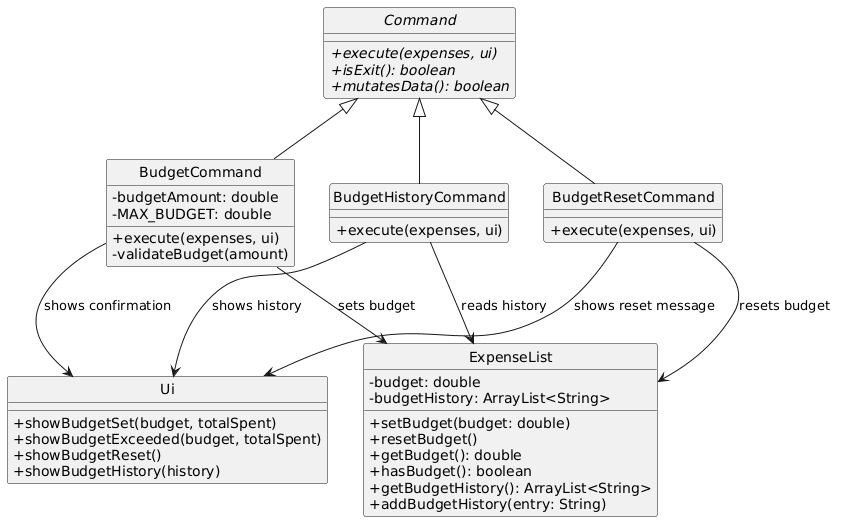
Earlier version of the PlantUML export docs/images/BudgetClassDiagram.png (AbhijitBalajee/tp). Its diagram source:
```plantuml
@startuml
skinparam classAttributeIconSize 0
hide circle

abstract class Command {
    + execute(expenses, ui) {abstract}
    + isExit(): boolean {abstract}
    + mutatesData(): boolean {abstract}
}

class BudgetCommand {
    - budgetAmount: double
    - MAX_BUDGET: double
    + execute(expenses, ui)
    - validateBudget(amount)
}

class BudgetResetCommand {
    + execute(expenses, ui)
}

class BudgetHistoryCommand {
    + execute(expenses, ui)
}

class ExpenseList {
    - budget: double
    - budgetHistory: ArrayList<String>
    + setBudget(budget: double)
    + resetBudget()
    + getBudget(): double
    + hasBudget(): boolean
    + getBudgetHistory(): ArrayList<String>
    + addBudgetHistory(entry: String)
}

class Ui {
    + showBudgetSet(budget, totalSpent)
    + showBudgetExceeded(budget, totalSpent)
    + showBudgetReset()
    + showBudgetHistory(history)
}

Command <|-- BudgetCommand
Command <|-- BudgetResetCommand
Command <|-- BudgetHistoryCommand

BudgetCommand --> ExpenseList : sets budget
BudgetCommand --> Ui : shows confirmation
BudgetResetCommand --> ExpenseList : resets budget
BudgetResetCommand --> Ui : shows reset message
BudgetHistoryCommand --> ExpenseList : reads history
BudgetHistoryCommand --> Ui : shows history
@enduml
```
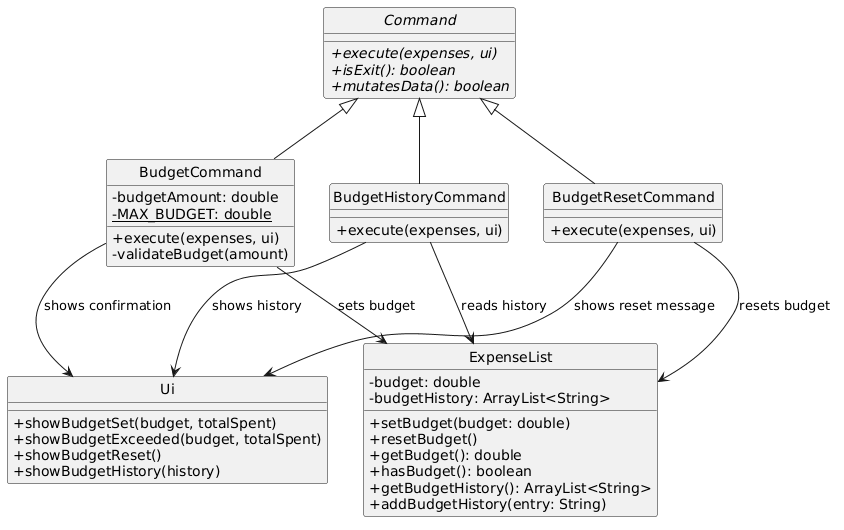
After the commit.

Commit message:
Fixed Class Diagrams and DG according to CS2113 website

Change to the diagram source:
```diff
@@ -1,16 +1,18 @@
 @startuml
+!define BGCOLOR white
+skinparam backgroundColor BGCOLOR
 skinparam classAttributeIconSize 0
 hide circle
 
 abstract class Command {
-    + execute(expenses, ui) {abstract}
-    + isExit(): boolean {abstract}
-    + mutatesData(): boolean {abstract}
+    + {abstract} execute(expenses, ui)
+    + {abstract} isExit(): boolean
+    + {abstract} mutatesData(): boolean
 }
 
 class BudgetCommand {
     - budgetAmount: double
-    - MAX_BUDGET: double
+    - {static} MAX_BUDGET: double
     + execute(expenses, ui)
     - validateBudget(amount)
 }
```
